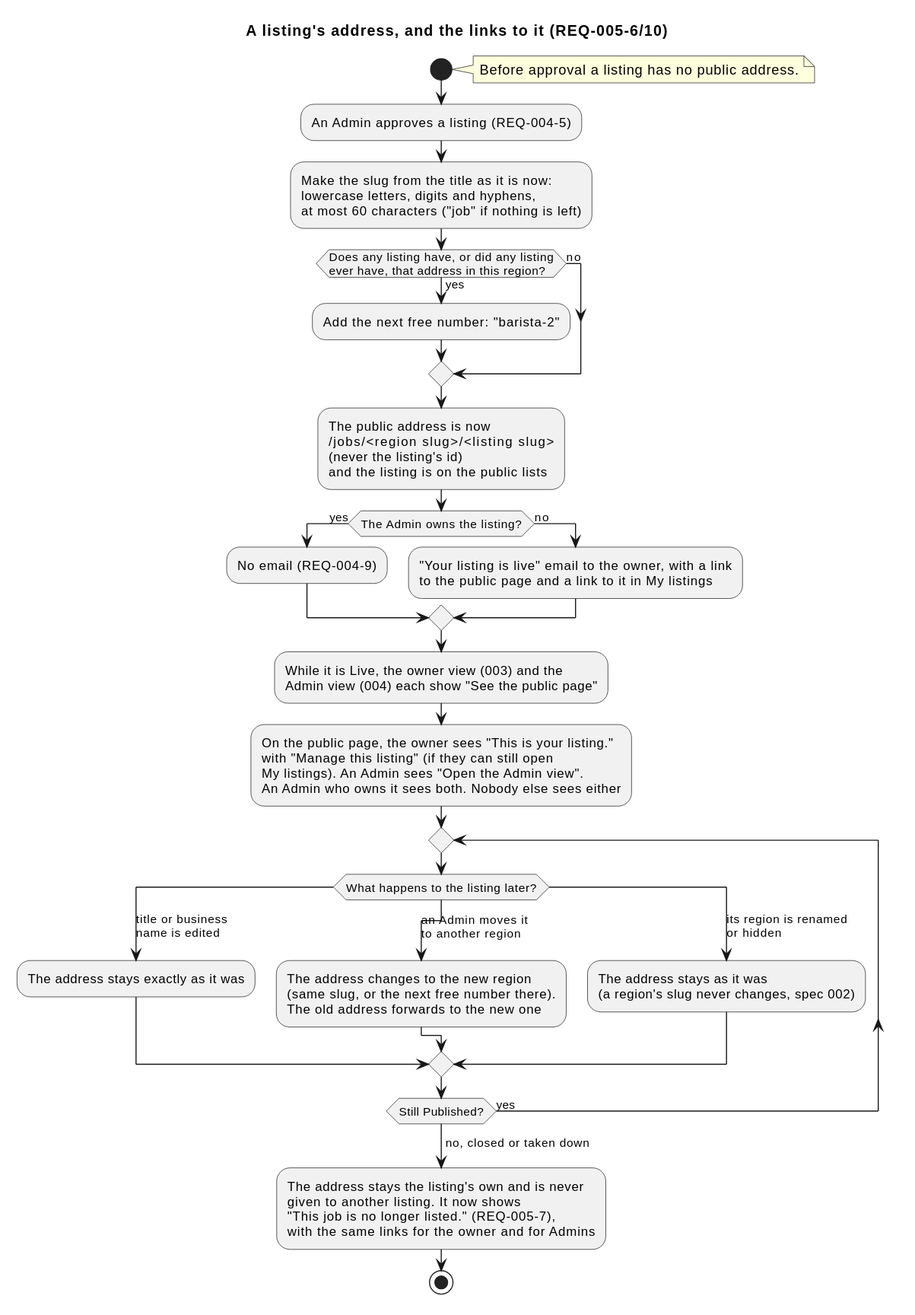
This is docs/specs/005-public-browse-search/diagrams/activity-address-and-links.svg from raseniero/jairojobs-elixir, a PlantUML export, as it was before one commit.
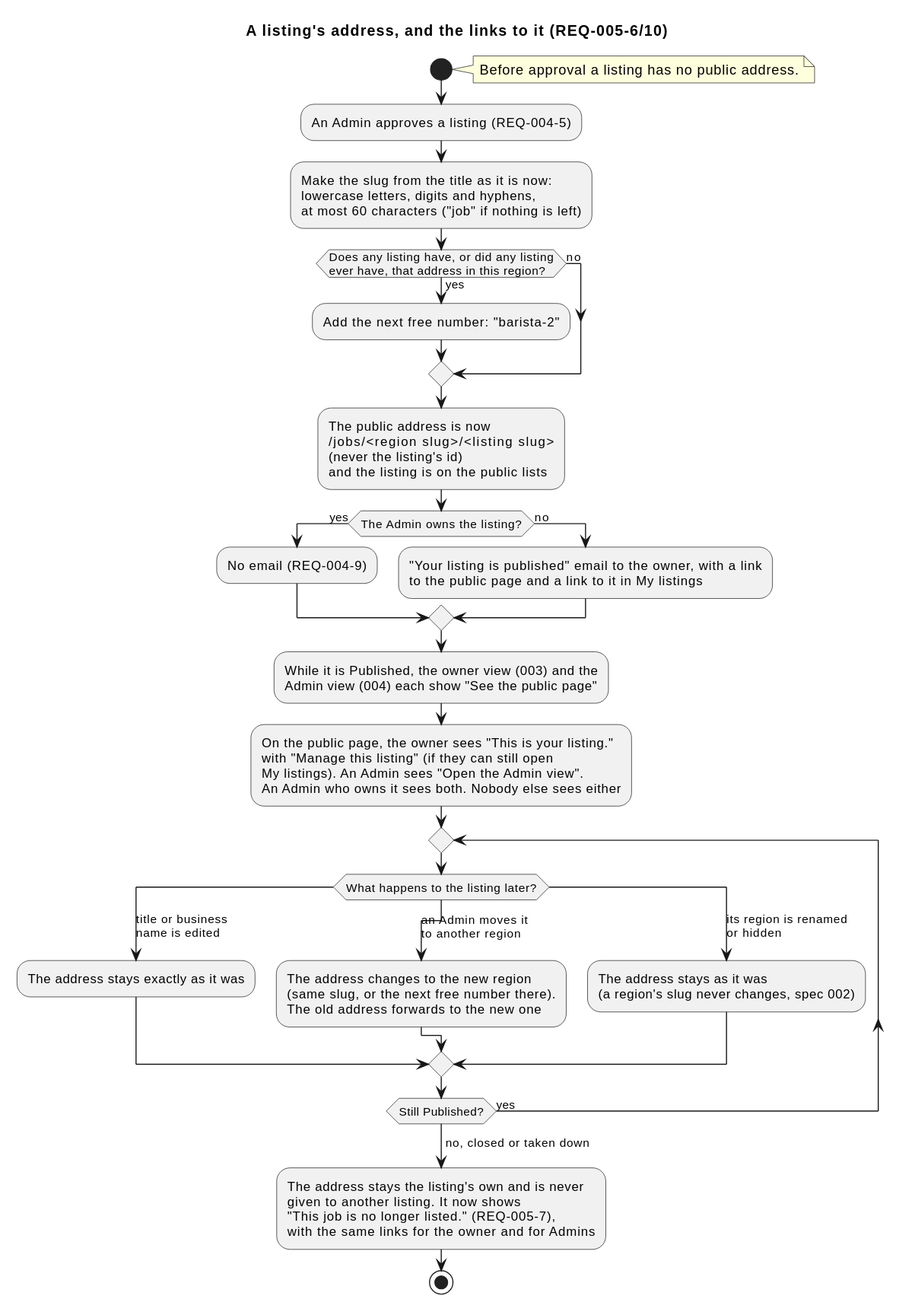
The same file after the commit.

Commit message:
docs(spec 005): one word per status; Published, Pending approval and Rejected, not the old screen labels

What changed in the source:
```diff
@@ -20,10 +20,10 @@
 if (The Admin owns the listing?) then (yes)
   :No email (REQ-004-9);
 else (no)
-  :"Your listing is live" email to the owner, with a link
+  :"Your listing is published" email to the owner, with a link
   to the public page and a link to it in My listings;
 endif
-:While it is Live, the owner view (003) and the
+:While it is Published, the owner view (003) and the
 Admin view (004) each show "See the public page";
 :On the public page, the owner sees "This is your listing."
 with "Manage this listing" (if they can still open
```
